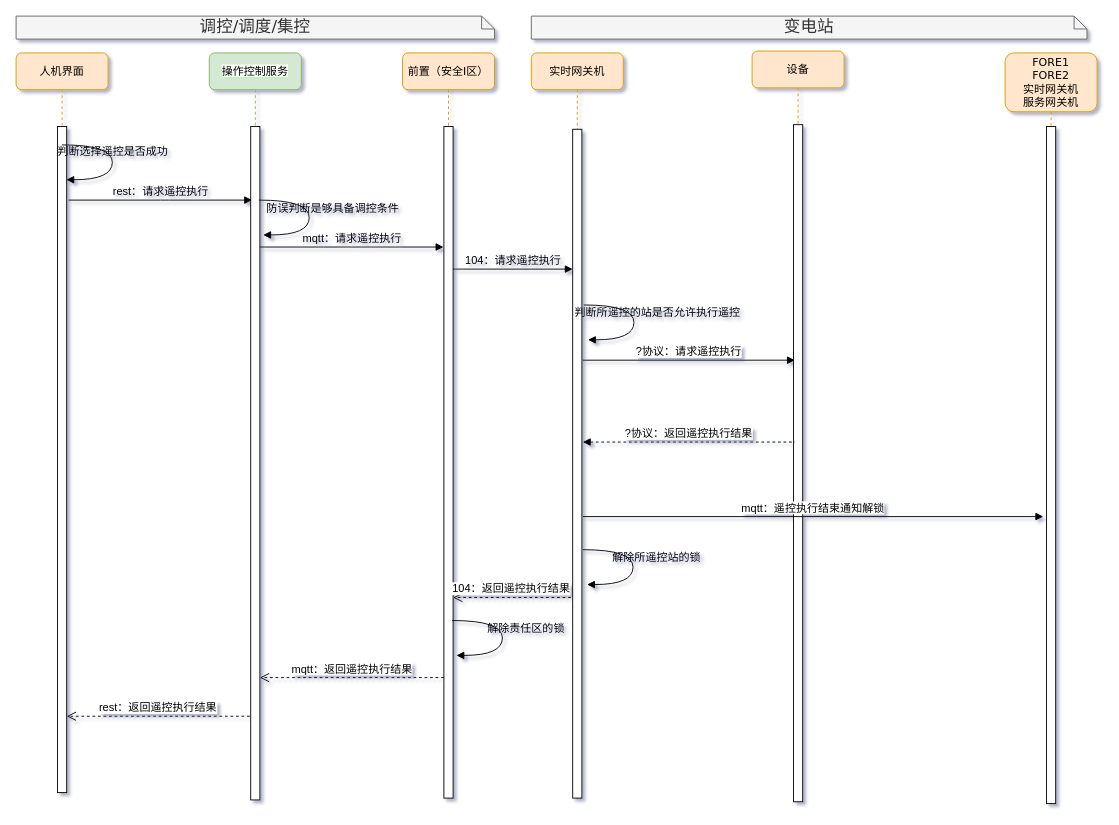
Before: page "集控站遥控执行" (3 of 8) of 操作与控制.drawio in qwe995272801/taowenxiang, a draw.io diagram. Source tidied: cells renumbered, new cells numbered last; positions are measured from the earlier drawing's top-left corner, leaving out a move shared by most shapes. Both pictures are drawn from the tidied source at 92%, with x=0, y=0 at pixel (16, 16).
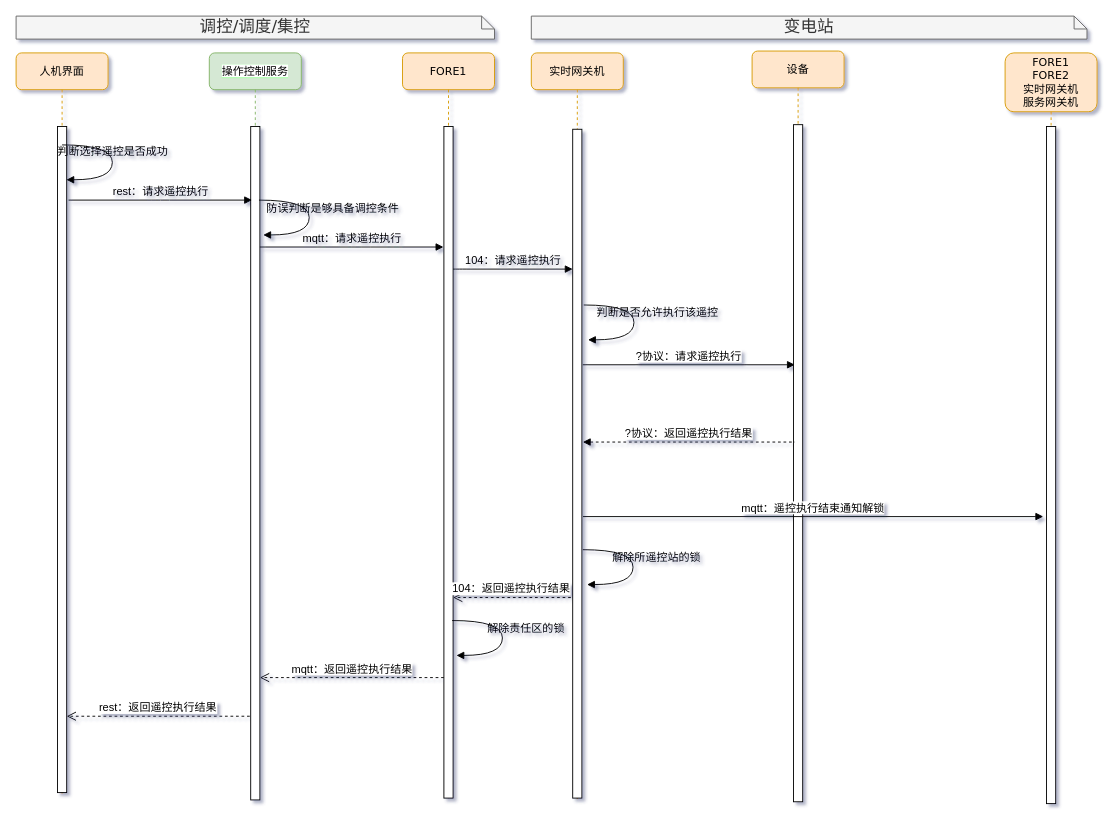
After the change.

The edit, as a diff of the source:
```diff
@@
-    <mxCell id="5" value="前置（安全Ⅰ区）" style="shape=umlLifeline;perimeter=lifelinePerimeter;whiteSpace=wrap;html=1;rounded=1;shadow=0;comic=0;labelBackgroundColor=none;strokeWidth=1;fontFamily=Verdana;fontSize=12;align=center;fillColor=#ffe6cc;strokeColor=#d79b00;" parent="1" vertex="1">
+    <mxCell id="5" value="FORE1" style="shape=umlLifeline;perimeter=lifelinePerimeter;whiteSpace=wrap;html=1;rounded=1;shadow=0;comic=0;labelBackgroundColor=none;strokeWidth=1;fontFamily=Verdana;fontSize=12;align=center;fillColor=#ffe6cc;strokeColor=#d79b00;" parent="1" vertex="1">
       <mxGeometry x="420" y="40" width="100" height="810" as="geometry" />
     </mxCell>
@@
     <mxCell id="15" value="?协议：请求遥控执行" style="html=1;verticalAlign=bottom;endArrow=block;fontFamily=Helvetica;fontSize=12;" parent="1" edge="1">
       <mxGeometry relative="1" as="geometry">
-        <mxPoint x="616" y="374" as="sourcePoint" />
-        <mxPoint x="846.5" y="374" as="targetPoint" />
+        <mxPoint x="616" y="379" as="sourcePoint" />
+        <mxPoint x="846.5" y="379" as="targetPoint" />
       </mxGeometry>
     </mxCell>
@@
-    <mxCell id="20" value="判断所遥控的站是否允许执行遥控" style="html=1;verticalAlign=bottom;endArrow=block;labelBackgroundColor=none;fontFamily=Verdana;fontSize=12;elbow=vertical;edgeStyle=orthogonalEdgeStyle;curved=1;entryX=1;entryY=0.286;entryPerimeter=0;exitX=1.038;exitY=0.345;exitPerimeter=0;" parent="1" edge="1">
+    <mxCell id="20" value="判断是否允许执行该遥控" style="html=1;verticalAlign=bottom;endArrow=block;labelBackgroundColor=none;fontFamily=Verdana;fontSize=12;elbow=vertical;edgeStyle=orthogonalEdgeStyle;curved=1;entryX=1;entryY=0.286;entryPerimeter=0;exitX=1.038;exitY=0.345;exitPerimeter=0;" parent="1" edge="1">
       <mxGeometry x="0.02" y="25" relative="1" as="geometry">
         <mxPoint x="617" y="314" as="sourcePoint" />
         <mxPoint x="621.6" y="351.9" as="targetPoint" />
         <Array as="points">
           <mxPoint x="671.6" y="313.9" />
           <mxPoint x="671.6" y="351.9" />
         </Array>
       </mxGeometry>
     </mxCell>
```
